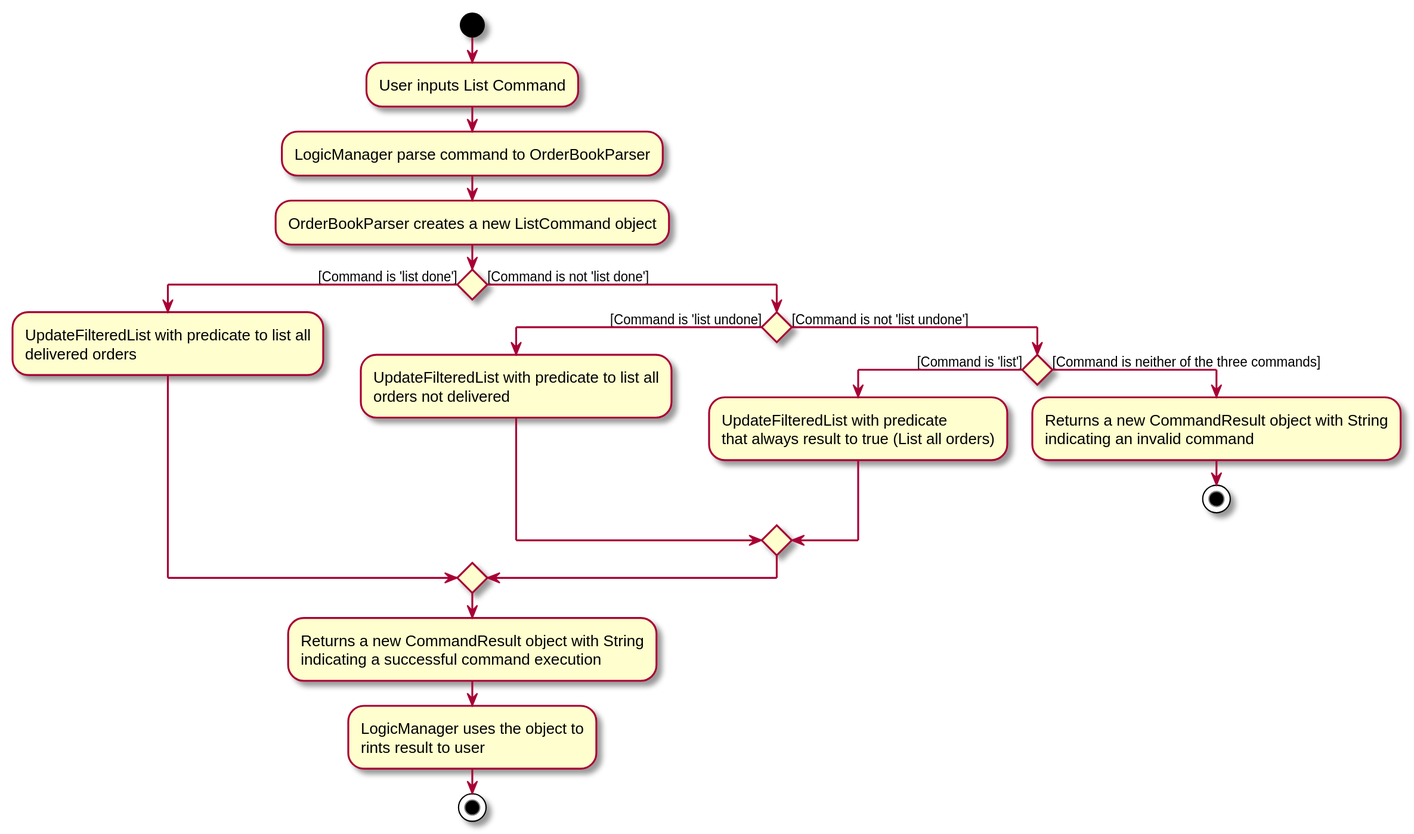
This is docs/images/ListActivityDiagram.svg from nus-cs2103-AY1920S2/addressbook-level3, a PlantUML export, as it was before one commit. The source it was exported from:
```plantuml
@startuml
start
:User inputs List Command;
:LogicManager parse command to OrderBookParser;
:OrderBookParser creates a new ListCommand object;
If () then ([Command is 'list done'])
    :UpdateFilteredList with predicate to list all
    delivered orders;

else ([Command is not 'list done'])
    If () then ([Command is 'list undone])
        :UpdateFilteredList with predicate to list all
        orders not delivered;
        else ([Command is not 'list undone'])
            If () then ([Command is 'list'])
                :UpdateFilteredList with predicate
                that always result to true (List all orders);
            else ([Command is neither of the three commands])
                :Returns a new CommandResult object with String
                indicating an invalid command;

                stop

        endif
endif
endif
:Returns a new CommandResult object with String
indicating a successful command execution;
:LogicManager uses the object to
rints result to user;

stop
@enduml
```
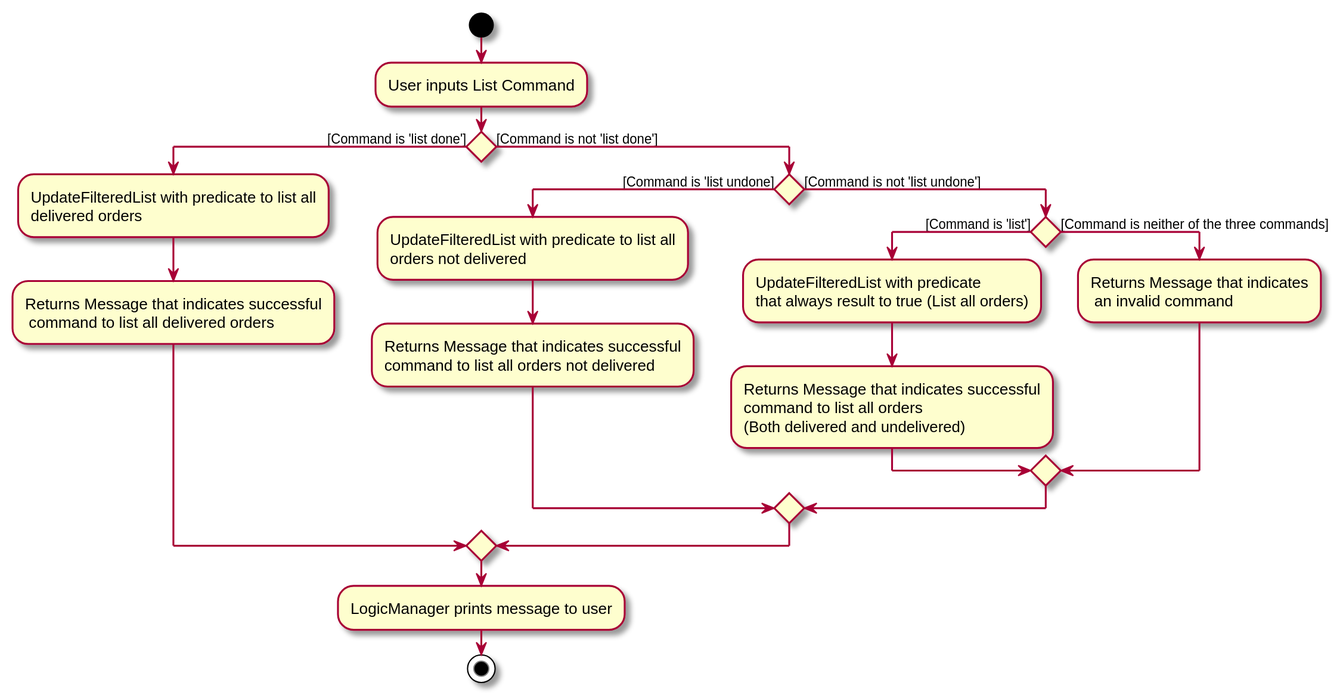
After the change.

Change to the diagram source:
```diff
@@ -1,33 +1,33 @@
 @startuml
 start
 :User inputs List Command;
-:LogicManager parse command to OrderBookParser;
-:OrderBookParser creates a new ListCommand object;
+
 If () then ([Command is 'list done'])
     :UpdateFilteredList with predicate to list all
     delivered orders;
-
+    :Returns Message that indicates successful
+     command to list all delivered orders;
 else ([Command is not 'list done'])
     If () then ([Command is 'list undone])
         :UpdateFilteredList with predicate to list all
         orders not delivered;
+        :Returns Message that indicates successful
+        command to list all orders not delivered;
         else ([Command is not 'list undone'])
             If () then ([Command is 'list'])
                 :UpdateFilteredList with predicate
                 that always result to true (List all orders);
+                :Returns Message that indicates successful
+                command to list all orders
+                (Both delivered and undelivered);
             else ([Command is neither of the three commands])
-                :Returns a new CommandResult object with String
-                indicating an invalid command;
-
-                stop
+                :Returns Message that indicates
+                 an invalid command;
 
         endif
 endif
 endif
-:Returns a new CommandResult object with String
-indicating a successful command execution;
-:LogicManager uses the object to
-rints result to user;
+:LogicManager prints message to user;
 
 stop
 @enduml
```
